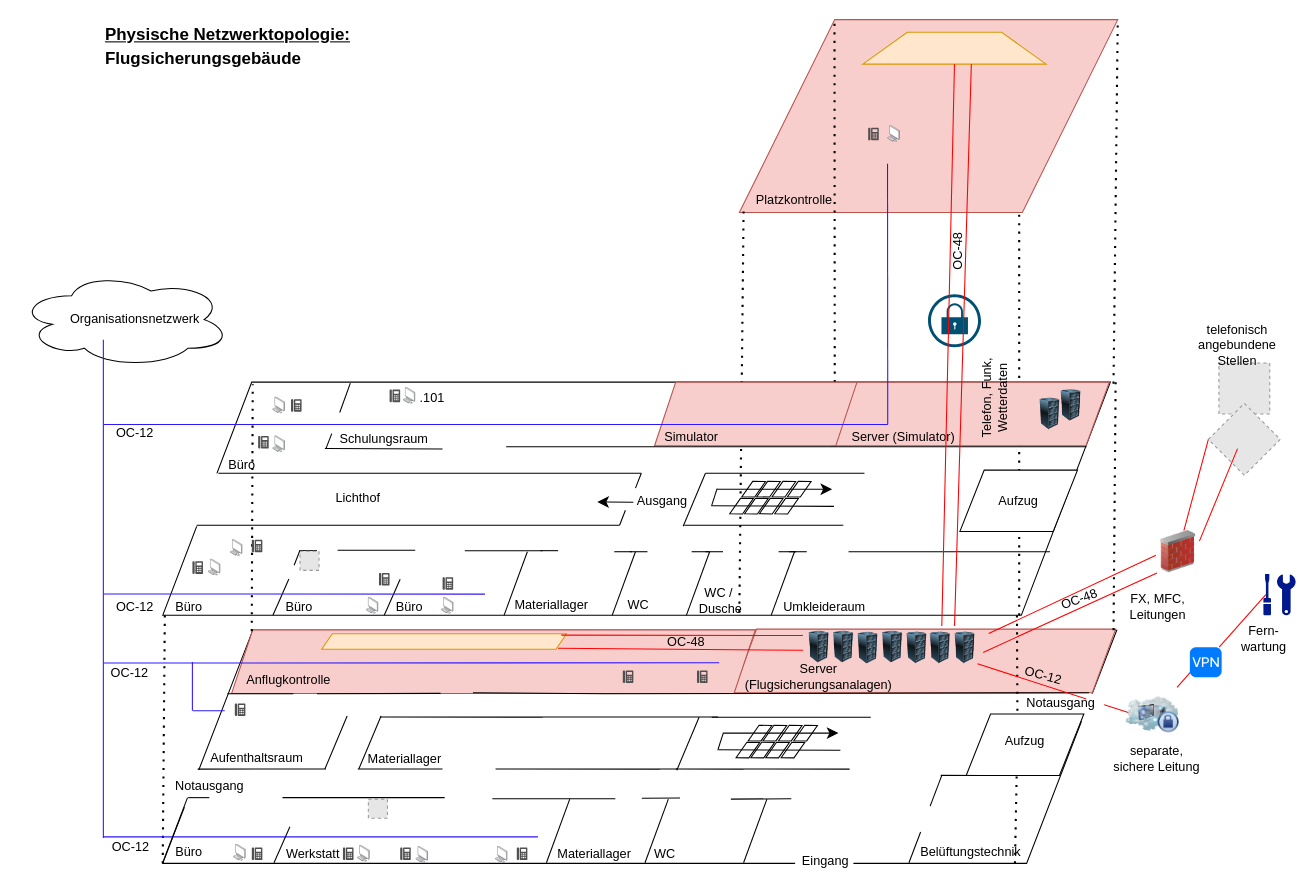
Above: Physische Netzwerktopologie.drawio in meetSeb/Computer-Network (draw.io), before the change. Source tidied: cells renumbered, new cells numbered last; positions are measured from the earlier drawing's top-left corner, leaving out a move shared by most shapes. Both pictures are drawn from the tidied source at 106%, with x=0, y=0 at pixel (18, 19). Pictures stored in the file or linked from it are replaced by grey dashed boxes.
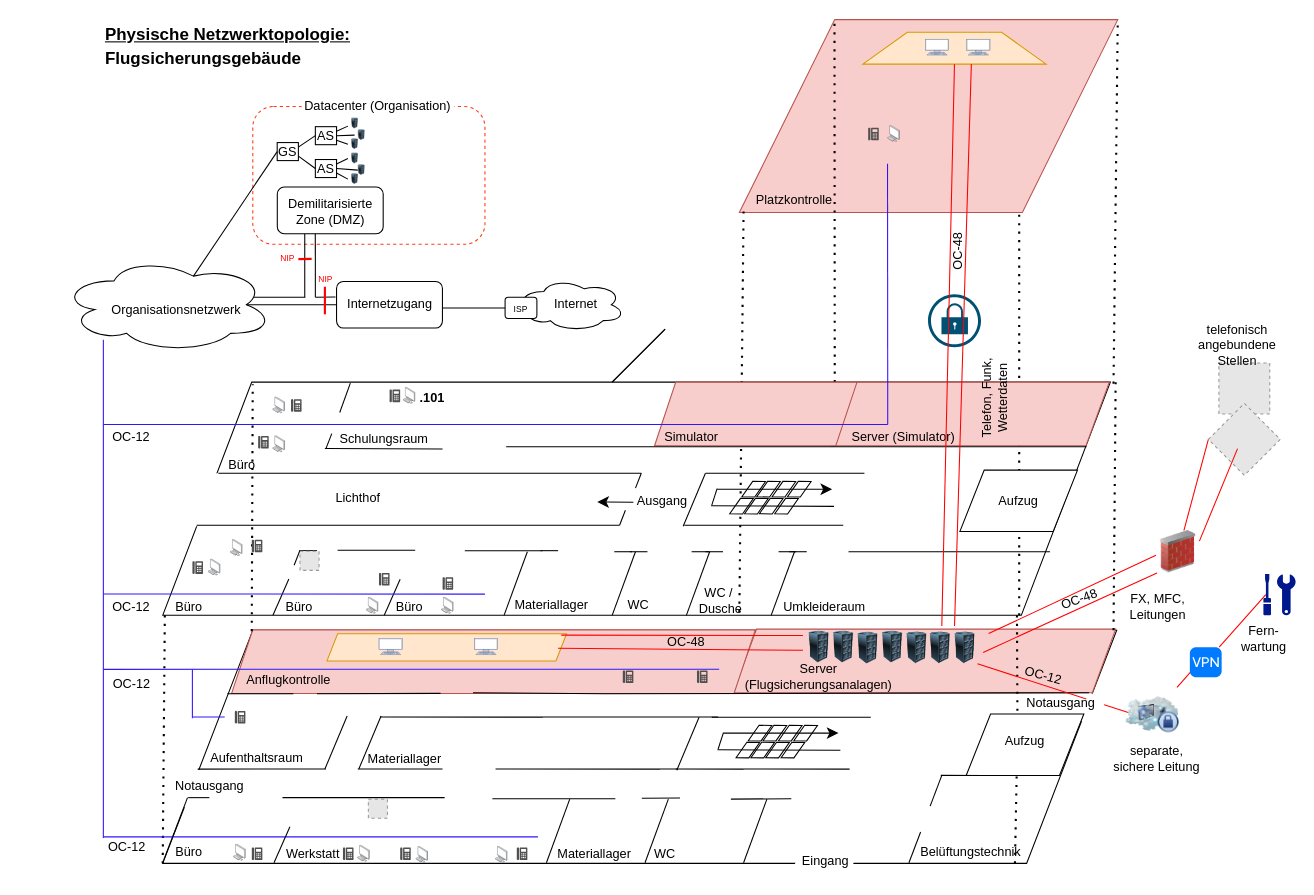
The same page after the edit.

The change refers to these unchanged cells:
```xml
<mxCell id="5" style="group;" parent="1" vertex="1">
  <mxGeometry x="191" y="575" width="909" height="77" as="geometry" />
</mxCell>
<mxCell id="115" style="group;" parent="1" vertex="1">
  <mxGeometry x="289" y="342" width="740" height="69" as="geometry" />
</mxCell>
<mxCell id="127" style="group;" parent="1" vertex="1">
  <mxGeometry x="169" y="655.1" width="836" height="58" as="geometry" />
</mxCell>
```

The edit, as a diff of the source:
```diff
@@
     <mxCell id="2" style="ellipse;shape=cloud;whiteSpace=wrap;html=1;" parent="1" vertex="1">
-      <mxGeometry y="238" width="200" height="90" as="geometry" />
+      <mxGeometry x="40" y="224" width="200" height="90" as="geometry" />
     </mxCell>
@@
     <mxCell id="19" style="shape=parallelogram;perimeter=parallelogramPerimeter;whiteSpace=wrap;html=1;fixedSize=1;size=10;fillColor=#ffe6cc;strokeColor=#d79b00;" parent="5" vertex="1">
-      <mxGeometry x="95" y="4.4" width="231" height="14.6" as="geometry" />
+      <mxGeometry x="100" y="4.4" width="226" height="25.6" as="geometry" />
     </mxCell>
@@
     <mxCell id="24" style="edgeStyle=none;rounded=0;orthogonalLoop=1;jettySize=auto;html=1;sourcePerimeterSpacing=5;endArrow=none;endFill=0;targetPerimeterSpacing=5;strokeColor=#2E17FF;" parent="5" edge="1">
       <mxGeometry relative="1" as="geometry">
-        <mxPoint x="-111" y="32" as="sourcePoint" />
-        <mxPoint x="470" y="31.8" as="targetPoint" />
+        <mxPoint x="-111" y="38" as="sourcePoint" />
+        <mxPoint x="470" y="37.8" as="targetPoint" />
       </mxGeometry>
     </mxCell>
@@
+    <mxCell id="227" style="fontColor=#0066CC;verticalAlign=top;verticalLabelPosition=bottom;labelPosition=center;align=center;html=1;fillColor=#CCCCCC;strokeColor=#6881B3;gradientColor=none;gradientDirection=north;strokeWidth=2;shape=mxgraph.networks.terminal;" parent="5" vertex="1">
+      <mxGeometry x="149" y="9" width="22" height="15" as="geometry" />
+    </mxCell>
+    <mxCell id="228" style="fontColor=#0066CC;verticalAlign=top;verticalLabelPosition=bottom;labelPosition=center;align=center;html=1;fillColor=#CCCCCC;strokeColor=#6881B3;gradientColor=none;gradientDirection=north;strokeWidth=2;shape=mxgraph.networks.terminal;" parent="5" vertex="1">
+      <mxGeometry x="239" y="9" width="22" height="15" as="geometry" />
+    </mxCell>
@@
     <mxCell id="40" value="Organisationsnetzwerk" style="text;strokeColor=none;align=center;fillColor=none;html=1;verticalAlign=middle;whiteSpace=wrap;rounded=0;" parent="1" vertex="1">
-      <mxGeometry x="80" y="268" width="60" height="30" as="geometry" />
+      <mxGeometry x="119.2" y="259" width="60" height="30" as="geometry" />
     </mxCell>
@@
-    <mxCell id="124" style="image;html=1;image=img/lib/clip_art/computers/Server_Rack_128x128.png;" parent="115" vertex="1">
-      <mxGeometry x="681" y="7" width="46.2" height="30" as="geometry" />
-    </mxCell>
-    <mxCell id="125" style="image;html=1;image=img/lib/clip_art/computers/Server_Rack_128x128.png;" parent="115" vertex="1">
-      <mxGeometry x="661" y="15" width="46.2" height="30" as="geometry" />
-    </mxCell>
@@
     <mxCell id="151" style="sketch=0;shadow=0;dashed=0;html=1;strokeColor=none;fillColor=#505050;labelPosition=center;verticalLabelPosition=bottom;verticalAlign=top;align=center;shape=mxgraph.office.devices.phone_digital;" parent="127" vertex="1">
-      <mxGeometry x="35" y="-10" width="10" height="12" as="geometry" />
+      <mxGeometry x="35" y="-3" width="10" height="12" as="geometry" />
     </mxCell>
@@
     <mxCell id="206" style="edgeStyle=none;rounded=0;orthogonalLoop=1;jettySize=auto;html=1;sourcePerimeterSpacing=5;endArrow=none;endFill=0;targetPerimeterSpacing=5;strokeColor=#3112FF;" parent="1" edge="1">
       <mxGeometry relative="1" as="geometry">
-        <mxPoint x="164" y="652" as="sourcePoint" />
-        <mxPoint x="164" y="606.1" as="targetPoint" />
+        <mxPoint x="164" y="659" as="sourcePoint" />
+        <mxPoint x="164" y="613.1" as="targetPoint" />
       </mxGeometry>
     </mxCell>
     <mxCell id="207" style="edgeStyle=none;rounded=0;orthogonalLoop=1;jettySize=auto;html=1;sourcePerimeterSpacing=5;endArrow=none;endFill=0;targetPerimeterSpacing=5;strokeColor=#2E17FF;" parent="1" edge="1">
       <mxGeometry relative="1" as="geometry">
-        <mxPoint x="164.5" y="652" as="sourcePoint" />
-        <mxPoint x="194.5" y="652" as="targetPoint" />
+        <mxPoint x="164.5" y="658" as="sourcePoint" />
+        <mxPoint x="194.5" y="658" as="targetPoint" />
       </mxGeometry>
     </mxCell>
@@
-    <mxCell id="218" value=".101" style="text;strokeColor=none;align=center;fillColor=none;html=1;verticalAlign=middle;whiteSpace=wrap;rounded=0;" parent="1" vertex="1">
+    <mxCell id="218" value="&lt;b&gt;.101&lt;/b&gt;" style="text;strokeColor=none;align=center;fillColor=none;html=1;verticalAlign=middle;whiteSpace=wrap;rounded=0;" parent="1" vertex="1">
       <mxGeometry x="350.1" y="342" width="81" height="30" as="geometry" />
     </mxCell>
@@
     <mxCell id="220" value="OC-12" style="text;strokeColor=none;align=center;fillColor=none;html=1;verticalAlign=middle;whiteSpace=wrap;rounded=0;" parent="1" vertex="1">
-      <mxGeometry x="25" y="374.7" width="170" height="30" as="geometry" />
+      <mxGeometry x="74" y="378.7" width="65" height="30" as="geometry" />
     </mxCell>
     <mxCell id="221" value="OC-12" style="text;strokeColor=none;align=center;fillColor=none;html=1;verticalAlign=middle;whiteSpace=wrap;rounded=0;" parent="1" vertex="1">
-      <mxGeometry x="25" y="539" width="170" height="30" as="geometry" />
+      <mxGeometry x="69" y="539" width="75" height="30" as="geometry" />
     </mxCell>
     <mxCell id="222" value="OC-12" style="text;strokeColor=none;align=center;fillColor=none;html=1;verticalAlign=middle;whiteSpace=wrap;rounded=0;" parent="1" vertex="1">
-      <mxGeometry x="21" y="766" width="170" height="30" as="geometry" />
+      <mxGeometry x="67" y="766" width="71" height="30" as="geometry" />
     </mxCell>
     <mxCell id="223" value="OC-12" style="text;strokeColor=none;align=center;fillColor=none;html=1;verticalAlign=middle;whiteSpace=wrap;rounded=0;" parent="1" vertex="1">
-      <mxGeometry x="20" y="602" width="170" height="30" as="geometry" />
+      <mxGeometry x="67" y="612" width="80" height="30" as="geometry" />
     </mxCell>
@@
+    <mxCell id="229" style="fontColor=#0066CC;verticalAlign=top;verticalLabelPosition=bottom;labelPosition=center;align=center;html=1;fillColor=#CCCCCC;strokeColor=#6881B3;gradientColor=none;gradientDirection=north;strokeWidth=2;shape=mxgraph.networks.terminal;" parent="1" vertex="1">
+      <mxGeometry x="855.5" y="18.5" width="22" height="15" as="geometry" />
+    </mxCell>
+    <mxCell id="230" style="fontColor=#0066CC;verticalAlign=top;verticalLabelPosition=bottom;labelPosition=center;align=center;html=1;fillColor=#CCCCCC;strokeColor=#6881B3;gradientColor=none;gradientDirection=north;strokeWidth=2;shape=mxgraph.networks.terminal;" parent="1" vertex="1">
+      <mxGeometry x="894.5" y="18.5" width="22" height="15" as="geometry" />
+    </mxCell>
+    <mxCell id="231" style="group;" parent="1" vertex="1">
+      <mxGeometry x="470" y="244" width="102" height="50" as="geometry" />
+    </mxCell>
+    <mxCell id="232" style="ellipse;shape=cloud;whiteSpace=wrap;html=1;" parent="231" vertex="1">
+      <mxGeometry width="102" height="50" as="geometry" />
+    </mxCell>
+    <mxCell id="233" value="Internet" style="text;strokeColor=none;align=center;fillColor=none;html=1;verticalAlign=middle;whiteSpace=wrap;rounded=0;" parent="231" vertex="1">
+      <mxGeometry x="26" y="10" width="60" height="30" as="geometry" />
+    </mxCell>
+    <mxCell id="234" value="&lt;font style=&quot;font-size: 8px;&quot;&gt;ISP&lt;/font&gt;" style="rounded=1;whiteSpace=wrap;html=1;" parent="231" vertex="1">
+      <mxGeometry x="-11" y="18" width="30" height="20" as="geometry" />
+    </mxCell>
+    <mxCell id="235" style="rounded=1;whiteSpace=wrap;html=1;dashed=1;strokeColor=#FF3B14;" parent="1" vertex="1">
+      <mxGeometry x="221" y="82" width="219" height="130" as="geometry" />
+    </mxCell>
+    <mxCell id="236" value="Datacenter (Organisation)" style="text;strokeColor=none;align=center;fillColor=default;html=1;verticalAlign=middle;whiteSpace=wrap;rounded=0;" parent="1" vertex="1">
+      <mxGeometry x="267" y="69" width="144.1" height="26" as="geometry" />
+    </mxCell>
+    <mxCell id="237" style="group;" parent="1" vertex="1">
+      <mxGeometry x="244.1" y="158" width="99.9" height="44" as="geometry" />
+    </mxCell>
+    <mxCell id="238" style="rounded=1;whiteSpace=wrap;html=1;" parent="237" vertex="1">
+      <mxGeometry width="99.9" height="44" as="geometry" />
+    </mxCell>
+    <mxCell id="239" value="Demilitarisierte Zone (DMZ)" style="text;strokeColor=none;align=center;fillColor=none;html=1;verticalAlign=middle;whiteSpace=wrap;rounded=0;" parent="237" vertex="1">
+      <mxGeometry x="3.9" y="9" width="93" height="27" as="geometry" />
+    </mxCell>
+    <mxCell id="240" value="GS" style="rounded=0;whiteSpace=wrap;html=1;" parent="1" vertex="1">
+      <mxGeometry x="244" y="116" width="20" height="17" as="geometry" />
+    </mxCell>
+    <mxCell id="241" value="AS" style="rounded=0;whiteSpace=wrap;html=1;" parent="1" vertex="1">
+      <mxGeometry x="280" y="101" width="20" height="17" as="geometry" />
+    </mxCell>
+    <mxCell id="242" value="AS" style="rounded=0;whiteSpace=wrap;html=1;" parent="1" vertex="1">
+      <mxGeometry x="280" y="132" width="20" height="17" as="geometry" />
+    </mxCell>
+    <mxCell id="243" style="group;" parent="1" vertex="1">
+      <mxGeometry x="310.7" y="93" width="19.8" height="29.5" as="geometry" />
+    </mxCell>
+    <mxCell id="244" style="image;html=1;image=img/lib/clip_art/computers/Server_Rack_128x128.png;" parent="243" vertex="1">
+      <mxGeometry width="13.5" height="10" as="geometry" />
+    </mxCell>
+    <mxCell id="245" style="image;html=1;image=img/lib/clip_art/computers/Server_Rack_128x128.png;" parent="243" vertex="1">
+      <mxGeometry x="6.3" y="11" width="13.5" height="10" as="geometry" />
+    </mxCell>
+    <mxCell id="246" style="image;html=1;image=img/lib/clip_art/computers/Server_Rack_128x128.png;" parent="243" vertex="1">
+      <mxGeometry y="19.5" width="13.5" height="10" as="geometry" />
+    </mxCell>
+    <mxCell id="247" style="group;" parent="1" vertex="1">
+      <mxGeometry x="310.7" y="126" width="19.8" height="29.5" as="geometry" />
+    </mxCell>
+    <mxCell id="248" style="image;html=1;image=img/lib/clip_art/computers/Server_Rack_128x128.png;" parent="247" vertex="1">
+      <mxGeometry width="13.5" height="10" as="geometry" />
+    </mxCell>
+    <mxCell id="249" style="image;html=1;image=img/lib/clip_art/computers/Server_Rack_128x128.png;" parent="247" vertex="1">
+      <mxGeometry x="6.3" y="11" width="13.5" height="10" as="geometry" />
+    </mxCell>
+    <mxCell id="250" style="image;html=1;image=img/lib/clip_art/computers/Server_Rack_128x128.png;" parent="247" vertex="1">
+      <mxGeometry y="19.5" width="13.5" height="10" as="geometry" />
+    </mxCell>
+    <mxCell id="251" style="endArrow=none;html=1;rounded=0;fontSize=12;startSize=8;endSize=8;curved=1;" parent="1" edge="1">
+      <mxGeometry relative="1" as="geometry">
+        <mxPoint x="560" y="342" as="sourcePoint" />
+        <mxPoint x="610" y="292" as="targetPoint" />
+      </mxGeometry>
+    </mxCell>
+    <mxCell id="252" style="endArrow=none;html=1;rounded=0;fontSize=12;startSize=8;endSize=8;curved=1;" parent="1" edge="1">
+      <mxGeometry relative="1" as="geometry">
+        <mxPoint x="560" y="342" as="sourcePoint" />
+        <mxPoint x="610" y="292" as="targetPoint" />
+      </mxGeometry>
+    </mxCell>
+    <mxCell id="253" style="endArrow=none;html=1;rounded=0;fontSize=12;startSize=8;endSize=8;curved=1;exitX=1;exitY=0.25;exitDx=0;exitDy=0;entryX=0;entryY=0.75;entryDx=0;entryDy=0;" parent="1" edge="1" source="241" target="244">
+      <mxGeometry relative="1" as="geometry" />
+    </mxCell>
+    <mxCell id="254" style="endArrow=none;html=1;rounded=0;fontSize=12;startSize=8;endSize=8;curved=1;exitX=1;exitY=0.5;exitDx=0;exitDy=0;entryX=0;entryY=0.5;entryDx=0;entryDy=0;" parent="1" edge="1" source="241" target="245">
+      <mxGeometry relative="1" as="geometry" />
+    </mxCell>
+    <mxCell id="255" style="endArrow=none;html=1;rounded=0;fontSize=12;startSize=8;endSize=8;curved=1;exitX=1;exitY=0.75;exitDx=0;exitDy=0;entryX=0;entryY=0.5;entryDx=0;entryDy=0;" parent="1" edge="1" source="241" target="246">
+      <mxGeometry relative="1" as="geometry" />
+    </mxCell>
+    <mxCell id="256" style="endArrow=none;html=1;rounded=0;fontSize=12;startSize=8;endSize=8;curved=1;exitX=1;exitY=0.25;exitDx=0;exitDy=0;entryX=0;entryY=0.5;entryDx=0;entryDy=0;" parent="1" edge="1" source="242" target="248">
+      <mxGeometry relative="1" as="geometry" />
+    </mxCell>
+    <mxCell id="257" style="endArrow=none;html=1;rounded=0;fontSize=12;startSize=8;endSize=8;curved=1;exitX=1;exitY=0.5;exitDx=0;exitDy=0;" parent="1" edge="1" source="242">
+      <mxGeometry relative="1" as="geometry">
+        <mxPoint x="320" y="142" as="targetPoint" />
+      </mxGeometry>
+    </mxCell>
+    <mxCell id="258" style="endArrow=none;html=1;rounded=0;fontSize=12;startSize=8;endSize=8;curved=1;exitX=1;exitY=0.75;exitDx=0;exitDy=0;entryX=0;entryY=0.5;entryDx=0;entryDy=0;" parent="1" edge="1" source="242" target="250">
+      <mxGeometry relative="1" as="geometry" />
+    </mxCell>
+    <mxCell id="259" style="endArrow=none;html=1;rounded=0;fontSize=12;startSize=8;endSize=8;curved=1;exitX=1;exitY=0.25;exitDx=0;exitDy=0;entryX=0;entryY=0.5;entryDx=0;entryDy=0;" parent="1" edge="1" source="240" target="241">
+      <mxGeometry relative="1" as="geometry" />
+    </mxCell>
+    <mxCell id="260" style="endArrow=none;html=1;rounded=0;fontSize=12;startSize=8;endSize=8;curved=1;exitX=1;exitY=0.75;exitDx=0;exitDy=0;entryX=0;entryY=0.5;entryDx=0;entryDy=0;" parent="1" edge="1" source="240" target="242">
+      <mxGeometry relative="1" as="geometry" />
+    </mxCell>
+    <mxCell id="261" style="endArrow=none;html=1;rounded=0;fontSize=12;startSize=8;endSize=8;curved=1;exitX=0.625;exitY=0.2;exitDx=0;exitDy=0;exitPerimeter=0;entryX=0;entryY=0.5;entryDx=0;entryDy=0;" parent="1" edge="1" source="2" target="240">
+      <mxGeometry relative="1" as="geometry" />
+    </mxCell>
+    <mxCell id="262" style="group;" parent="1" vertex="1">
+      <mxGeometry x="300" y="247" width="99.9" height="44" as="geometry" />
+    </mxCell>
+    <mxCell id="263" style="rounded=1;whiteSpace=wrap;html=1;" parent="262" vertex="1">
+      <mxGeometry width="99.9" height="44" as="geometry" />
+    </mxCell>
+    <mxCell id="264" value="Internetzugang" style="text;strokeColor=none;align=center;fillColor=none;html=1;verticalAlign=middle;whiteSpace=wrap;rounded=0;" parent="262" vertex="1">
+      <mxGeometry x="3.5" y="8.5" width="93" height="27" as="geometry" />
+    </mxCell>
+    <mxCell id="265" style="endArrow=none;html=1;rounded=0;fontSize=12;startSize=8;endSize=8;curved=1;" parent="1" edge="1">
+      <mxGeometry relative="1" as="geometry">
+        <mxPoint x="270" y="262" as="sourcePoint" />
+        <mxPoint x="270" y="202" as="targetPoint" />
+      </mxGeometry>
+    </mxCell>
+    <mxCell id="266" style="endArrow=none;html=1;rounded=0;fontSize=12;startSize=8;endSize=8;curved=1;exitX=0.875;exitY=0.5;exitDx=0;exitDy=0;exitPerimeter=0;entryX=0;entryY=0.5;entryDx=0;entryDy=0;" parent="1" edge="1" source="2" target="263">
+      <mxGeometry relative="1" as="geometry" />
+    </mxCell>
+    <mxCell id="267" style="endArrow=none;html=1;rounded=0;fontSize=12;startSize=8;endSize=8;curved=1;entryX=0.359;entryY=1;entryDx=0;entryDy=0;entryPerimeter=0;" parent="1" edge="1" target="238">
+      <mxGeometry relative="1" as="geometry">
+        <mxPoint x="280" y="262" as="sourcePoint" />
+      </mxGeometry>
+    </mxCell>
+    <mxCell id="268" style="endArrow=none;html=1;rounded=0;fontSize=12;startSize=8;endSize=8;curved=1;entryX=-0.01;entryY=0.333;entryDx=0;entryDy=0;entryPerimeter=0;" parent="1" edge="1" target="263">
+      <mxGeometry relative="1" as="geometry">
+        <mxPoint x="280" y="262" as="sourcePoint" />
+      </mxGeometry>
+    </mxCell>
+    <mxCell id="269" style="endArrow=none;html=1;rounded=0;fontSize=12;startSize=10;endSize=10;curved=1;strokeColor=#FF0000;strokeWidth=2;" parent="1" edge="1">
+      <mxGeometry relative="1" as="geometry">
+        <mxPoint x="289" y="278" as="sourcePoint" />
+        <mxPoint x="289" y="252" as="targetPoint" />
+      </mxGeometry>
+    </mxCell>
+    <mxCell id="270" style="endArrow=none;html=1;rounded=0;fontSize=12;startSize=10;endSize=10;curved=1;strokeColor=#FF0000;strokeWidth=2;" parent="1" edge="1">
+      <mxGeometry relative="1" as="geometry">
+        <mxPoint x="264" y="226" as="sourcePoint" />
+        <mxPoint x="276.5" y="225.7" as="targetPoint" />
+      </mxGeometry>
+    </mxCell>
+    <mxCell id="271" style="endArrow=none;html=1;rounded=0;fontSize=12;startSize=8;endSize=8;curved=1;entryX=-0.01;entryY=0.333;entryDx=0;entryDy=0;entryPerimeter=0;exitX=0.908;exitY=0.422;exitDx=0;exitDy=0;exitPerimeter=0;" parent="1" edge="1" source="2">
+      <mxGeometry relative="1" as="geometry">
+        <mxPoint x="270.5" y="262" as="targetPoint" />
+      </mxGeometry>
+    </mxCell>
+    <mxCell id="272" value="&lt;font style=&quot;font-size: 8px;&quot; color=&quot;#ff0000&quot;&gt;NIP&lt;/font&gt;" style="text;strokeColor=none;align=center;fillColor=none;html=1;verticalAlign=middle;whiteSpace=wrap;rounded=0;fontSize=10;" parent="1" vertex="1">
+      <mxGeometry x="246.2" y="218" width="15.5" height="11" as="geometry" />
+    </mxCell>
+    <mxCell id="273" value="&lt;font style=&quot;font-size: 8px;&quot; color=&quot;#ff0000&quot;&gt;NIP&lt;/font&gt;" style="text;strokeColor=none;align=center;fillColor=none;html=1;verticalAlign=middle;whiteSpace=wrap;rounded=0;fontSize=10;" parent="1" vertex="1">
+      <mxGeometry x="282" y="238" width="15.5" height="11" as="geometry" />
+    </mxCell>
+    <mxCell id="274" style="endArrow=none;html=1;rounded=0;fontSize=12;startSize=8;endSize=8;curved=1;entryX=0;entryY=0.5;entryDx=0;entryDy=0;" parent="1" edge="1" target="234">
+      <mxGeometry relative="1" as="geometry">
+        <mxPoint x="400" y="272" as="sourcePoint" />
+      </mxGeometry>
+    </mxCell>
```
